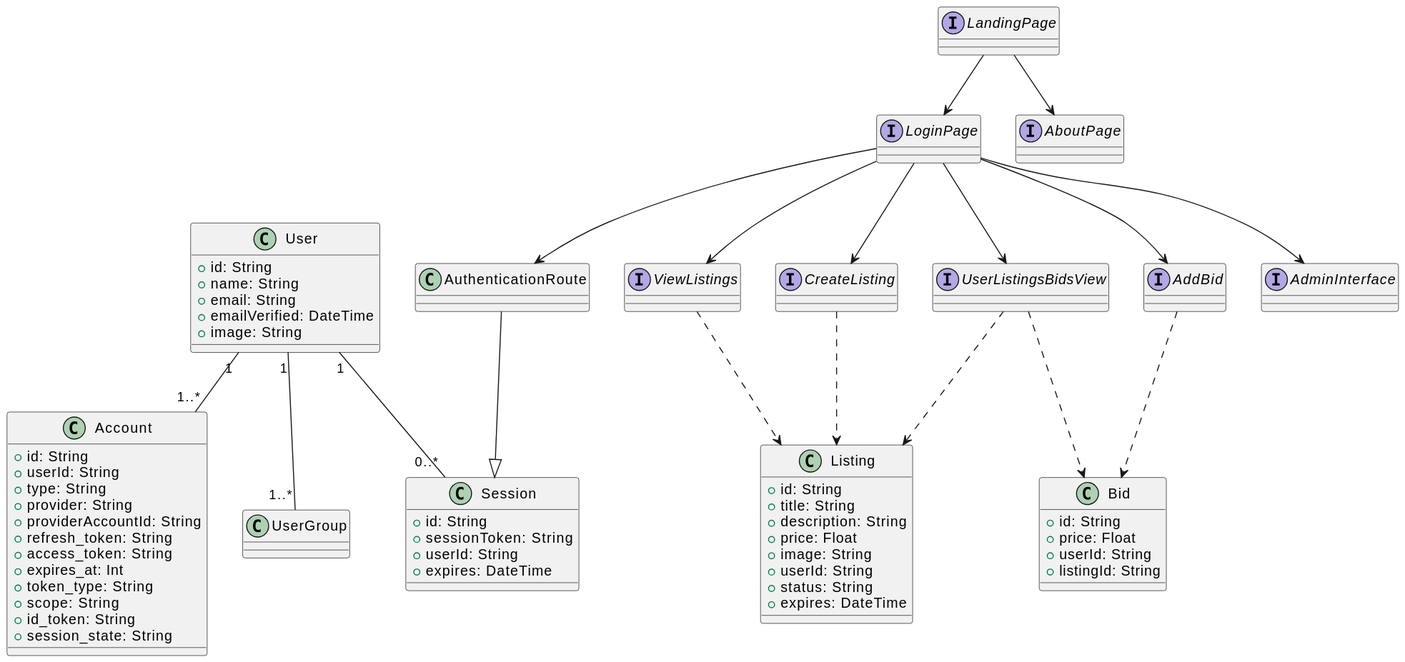
Before: uml/out/ClassDiagram.svg, a diagram exported from PlantUML (martinmiglio/CS471-Project).
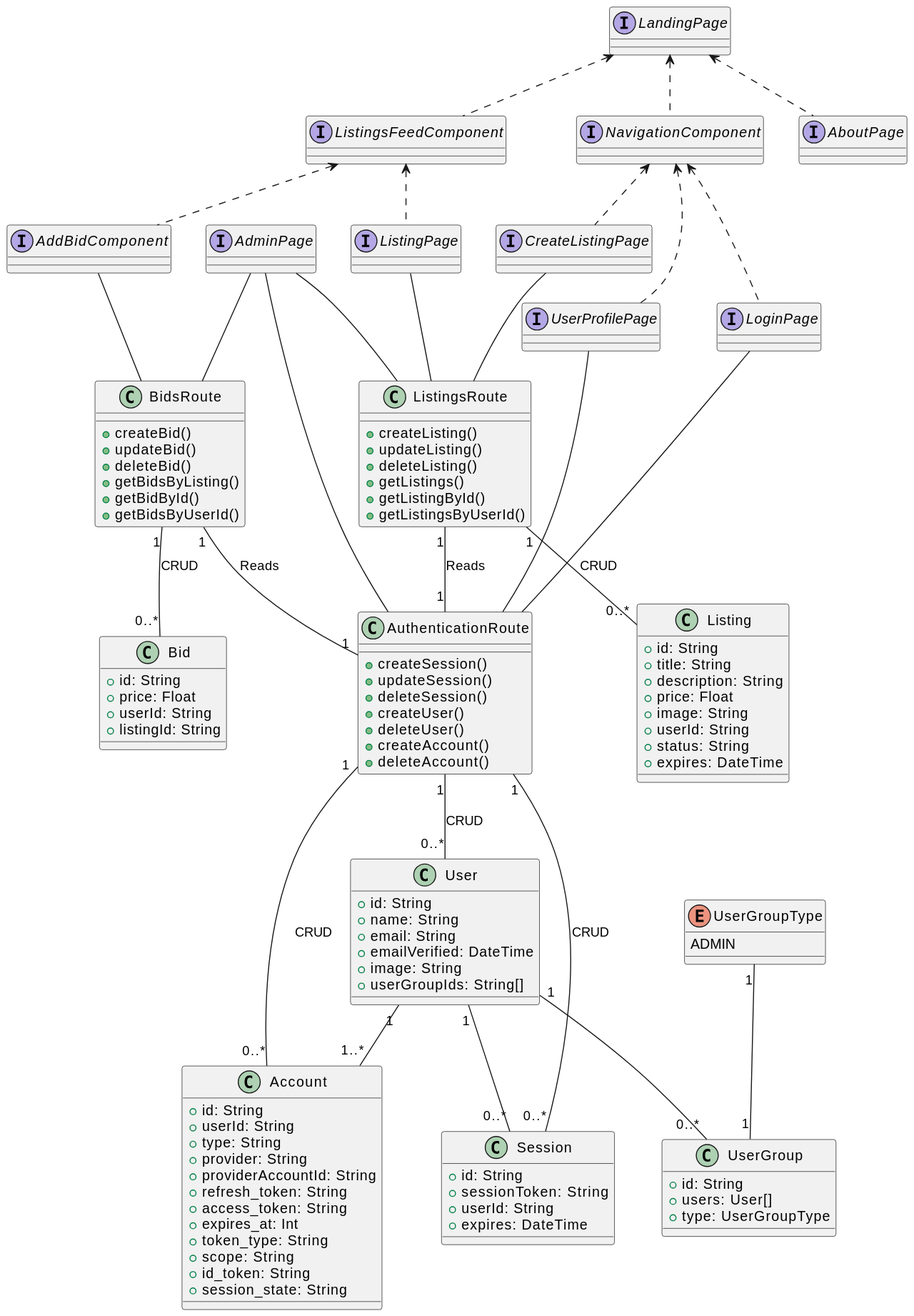
Later version of the same file.

Commit message:
Generated SVG images for PlantUML diagrams

The edit, as a diff of the source:
```diff
@@ -27,6 +27,7 @@
   +email: String
   +emailVerified: DateTime
   +image: String
+  +userGroupIds: String[]
 }
 
 class Listing {
@@ -46,37 +47,92 @@
   +userId: String
   +listingId: String
 }
+enum UserGroupType {
+  ADMIN
+}
+
+class UserGroup {
+  +id: String
+  +users: User[]
+  +type: UserGroupType
+}
+
+UserGroupType "1" -- "1" UserGroup
+User "1" -- "0..*" Session
+User "1" -- "1..*" Account
+User "1" -- "0..*" UserGroup
+
+
+
+class ListingsRoute {
+  +createListing()
+  +updateListing()
+  +deleteListing()
+  +getListings()
+  +getListingById()
+  +getListingsByUserId()
+}
+
+class AuthenticationRoute {
+  +createSession()
+  +updateSession()
+  +deleteSession()
+  +createUser()
+  +deleteUser()
+  +createAccount()
+  +deleteAccount()
+}
+
+class BidsRoute {
+  +createBid()
+  +updateBid()
+  +deleteBid()
+  +getBidsByListing()
+  +getBidById()
+  +getBidsByUserId()
+}
+
+AuthenticationRoute "1" -- "0..*" Session : CRUD
+AuthenticationRoute "1" -- "0..*" User : CRUD
+AuthenticationRoute "1" -- "0..*" Account : CRUD
+
+ListingsRoute "1" -- "0..*" Listing : CRUD
+ListingsRoute "1" -- "1" AuthenticationRoute : Reads
+
+BidsRoute "1" -- "0..*" Bid : CRUD
+BidsRoute "1" -- "1" AuthenticationRoute : Reads
+
 
 interface LandingPage
 interface AboutPage
 interface LoginPage
-interface ViewListings
-interface AddBid
-interface CreateListing
-interface UserListingsBidsView
-interface AdminInterface
-
-User "1" -- "0..*" Session
-User "1" -- "1..*" Account
-User "1" -- "1..*" UserGroup
+interface ListingPage
+interface CreateListingPage
+interface UserProfilePage
+interface AdminPage
+interface NavigationComponent
+interface ListingsFeedComponent
+interface AddBidComponent
 
 
-AuthenticationRoute --|> Session
+LandingPage <.. AboutPage
+LandingPage <.. NavigationComponent
+LandingPage <.. ListingsFeedComponent
+
+NavigationComponent <.. LoginPage
+NavigationComponent <.. CreateListingPage
+NavigationComponent <.. UserProfilePage
+
+ListingsFeedComponent <.. AddBidComponent
+ListingsFeedComponent <.. ListingPage
 
 
-LandingPage --> AboutPage
-LandingPage --> LoginPage
-LoginPage --> AuthenticationRoute
-LoginPage --> ViewListings
-LoginPage --> AddBid
-LoginPage --> CreateListing
-LoginPage --> UserListingsBidsView
-LoginPage --> AdminInterface
-
-
-ViewListings ..> Listing
-AddBid ..> Bid
-CreateListing ..> Listing
-UserListingsBidsView ..> Listing
-UserListingsBidsView ..> Bid
+LoginPage -- AuthenticationRoute
+ListingPage -- ListingsRoute
+CreateListingPage -- ListingsRoute
+UserProfilePage -- AuthenticationRoute
+AdminPage -- AuthenticationRoute
+AdminPage -- ListingsRoute
+AdminPage -- BidsRoute
+AddBidComponent -- BidsRoute
 @enduml
```
